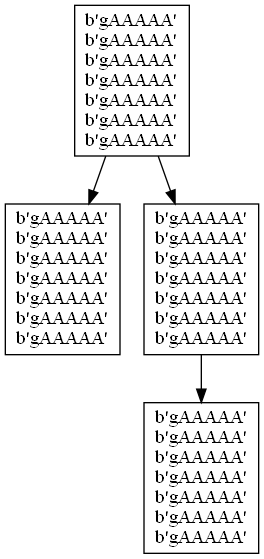
Above: EDD_SmartClass_201901907_/Fase3/AVL.png in Byron-Estuardo/EDD_SmartClass_201901907 (Graphviz), before the change. Its source is kept beside it as EDD_SmartClass_201901907_/Fase3/AVL.dot.
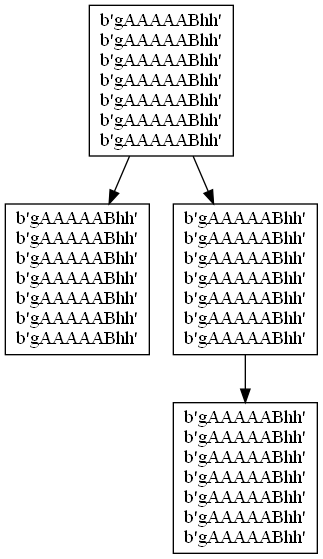
The same diagram one commit later.

The edit, as a diff of the source:
```diff
@@ -1,33 +1,33 @@
 digraph arbol {
 node[shape = "box"]
-n20210000002[label= "b'gAAAAA'
-b'gAAAAA'
-b'gAAAAA'
-b'gAAAAA'
-b'gAAAAA'
-b'gAAAAA'
-b'gAAAAA'"];
-n20210000001[label= "b'gAAAAA'
-b'gAAAAA'
-b'gAAAAA'
-b'gAAAAA'
-b'gAAAAA'
-b'gAAAAA'
-b'gAAAAA'"];
-n20210000003[label= "b'gAAAAA'
-b'gAAAAA'
-b'gAAAAA'
-b'gAAAAA'
-b'gAAAAA'
-b'gAAAAA'
-b'gAAAAA'"];
-n20210000004[label= "b'gAAAAA'
-b'gAAAAA'
-b'gAAAAA'
-b'gAAAAA'
-b'gAAAAA'
-b'gAAAAA'
-b'gAAAAA'"];
+n20210000002[label= "b'gAAAAABhh'
+b'gAAAAABhh'
+b'gAAAAABhh'
+b'gAAAAABhh'
+b'gAAAAABhh'
+b'gAAAAABhh'
+b'gAAAAABhh'"];
+n20210000001[label= "b'gAAAAABhh'
+b'gAAAAABhh'
+b'gAAAAABhh'
+b'gAAAAABhh'
+b'gAAAAABhh'
+b'gAAAAABhh'
+b'gAAAAABhh'"];
+n20210000003[label= "b'gAAAAABhh'
+b'gAAAAABhh'
+b'gAAAAABhh'
+b'gAAAAABhh'
+b'gAAAAABhh'
+b'gAAAAABhh'
+b'gAAAAABhh'"];
+n20210000004[label= "b'gAAAAABhh'
+b'gAAAAABhh'
+b'gAAAAABhh'
+b'gAAAAABhh'
+b'gAAAAABhh'
+b'gAAAAABhh'
+b'gAAAAABhh'"];
 
 n20210000002 -> n20210000001
 n20210000002 -> n20210000003
```
